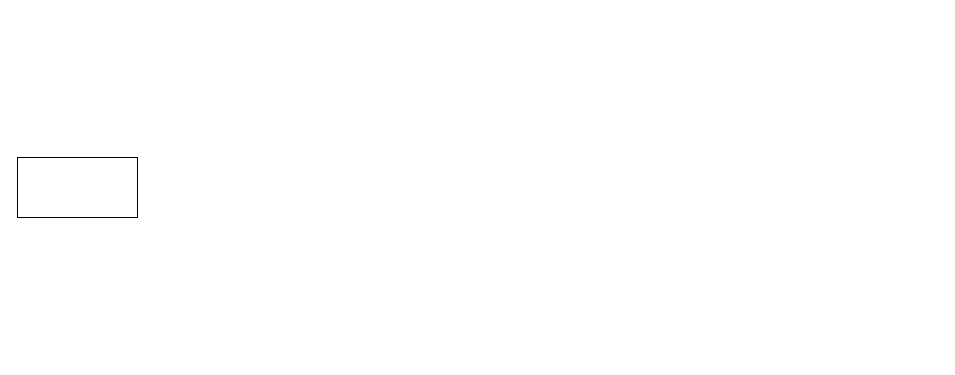
Before: SA1.drawio in brilliantnarlo/system-design, a draw.io diagram. Source tidied: cells renumbered, new cells numbered last; positions are measured from the earlier drawing's top-left corner, leaving out a move shared by most shapes. Both pictures are drawn from the tidied source at 100%, with x=0, y=0 at pixel (17, 157).
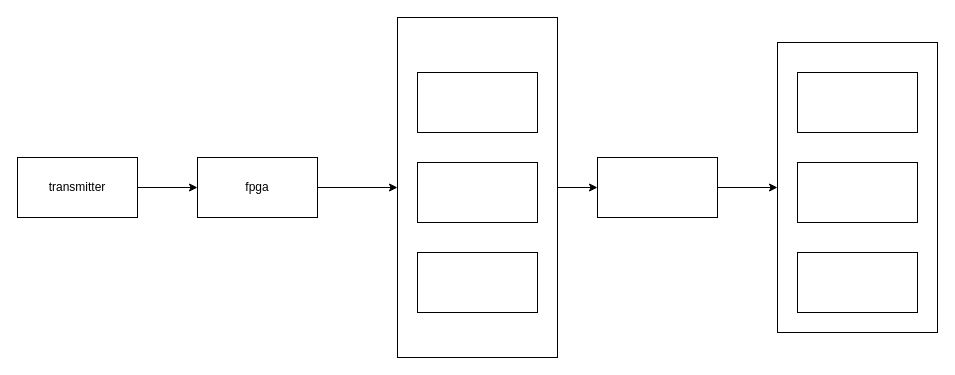
The same diagram, later.

What changed in the source:
```diff
@@
 <mxGraphModel>
   <root>
     <mxCell id="0" />
     <mxCell id="1" parent="0" />
+    <mxCell id="3" style="rounded=0;whiteSpace=wrap;html=1;" parent="1" vertex="1">
+      <mxGeometry x="380" y="-140" width="160" height="340" as="geometry" />
+    </mxCell>
-    <mxCell id="2" style="rounded=0;whiteSpace=wrap;html=1;" parent="1" vertex="1">
+    <mxCell id="2" value="transmitter" style="rounded=0;whiteSpace=wrap;html=1;" parent="1" vertex="1">
       <mxGeometry width="120" height="60" as="geometry" />
     </mxCell>
+    <mxCell id="4" value="fpga" style="rounded=0;whiteSpace=wrap;html=1;" parent="1" vertex="1">
+      <mxGeometry x="180" width="120" height="60" as="geometry" />
+    </mxCell>
+    <mxCell id="5" style="endArrow=classic;html=1;rounded=0;exitX=1;exitY=0.5;exitDx=0;exitDy=0;entryX=0;entryY=0.5;entryDx=0;entryDy=0;" parent="1" edge="1" source="2" target="4">
+      <mxGeometry relative="1" as="geometry" />
+    </mxCell>
+    <mxCell id="6" style="rounded=0;whiteSpace=wrap;html=1;" parent="1" vertex="1">
+      <mxGeometry x="400" y="-85" width="120" height="60" as="geometry" />
+    </mxCell>
+    <mxCell id="7" style="rounded=0;whiteSpace=wrap;html=1;" parent="1" vertex="1">
+      <mxGeometry x="400" y="5" width="120" height="60" as="geometry" />
+    </mxCell>
+    <mxCell id="8" style="rounded=0;whiteSpace=wrap;html=1;" parent="1" vertex="1">
+      <mxGeometry x="400" y="95" width="120" height="60" as="geometry" />
+    </mxCell>
+    <mxCell id="9" style="endArrow=classic;html=1;rounded=0;exitX=1;exitY=0.5;exitDx=0;exitDy=0;entryX=0;entryY=0.5;entryDx=0;entryDy=0;" parent="1" edge="1" source="4" target="3">
+      <mxGeometry relative="1" as="geometry" />
+    </mxCell>
+    <mxCell id="10" style="rounded=0;whiteSpace=wrap;html=1;" parent="1" vertex="1">
+      <mxGeometry x="580" width="120" height="60" as="geometry" />
+    </mxCell>
+    <mxCell id="11" style="rounded=0;whiteSpace=wrap;html=1;" parent="1" vertex="1">
+      <mxGeometry x="760" y="-115" width="160" height="290" as="geometry" />
+    </mxCell>
+    <mxCell id="12" style="rounded=0;whiteSpace=wrap;html=1;" parent="1" vertex="1">
+      <mxGeometry x="780" y="-85" width="120" height="60" as="geometry" />
+    </mxCell>
+    <mxCell id="13" style="rounded=0;whiteSpace=wrap;html=1;" parent="1" vertex="1">
+      <mxGeometry x="780" y="5" width="120" height="60" as="geometry" />
+    </mxCell>
+    <mxCell id="14" style="rounded=0;whiteSpace=wrap;html=1;" parent="1" vertex="1">
+      <mxGeometry x="780" y="95" width="120" height="60" as="geometry" />
+    </mxCell>
+    <mxCell id="15" style="endArrow=classic;html=1;rounded=0;exitX=1;exitY=0.5;exitDx=0;exitDy=0;entryX=0;entryY=0.5;entryDx=0;entryDy=0;" parent="1" edge="1" source="3" target="10">
+      <mxGeometry relative="1" as="geometry" />
+    </mxCell>
+    <mxCell id="16" style="endArrow=classic;html=1;rounded=0;exitX=1;exitY=0.5;exitDx=0;exitDy=0;entryX=0;entryY=0.5;entryDx=0;entryDy=0;" parent="1" edge="1" source="10" target="11">
+      <mxGeometry relative="1" as="geometry" />
+    </mxCell>
   </root>
 </mxGraphModel>
```
